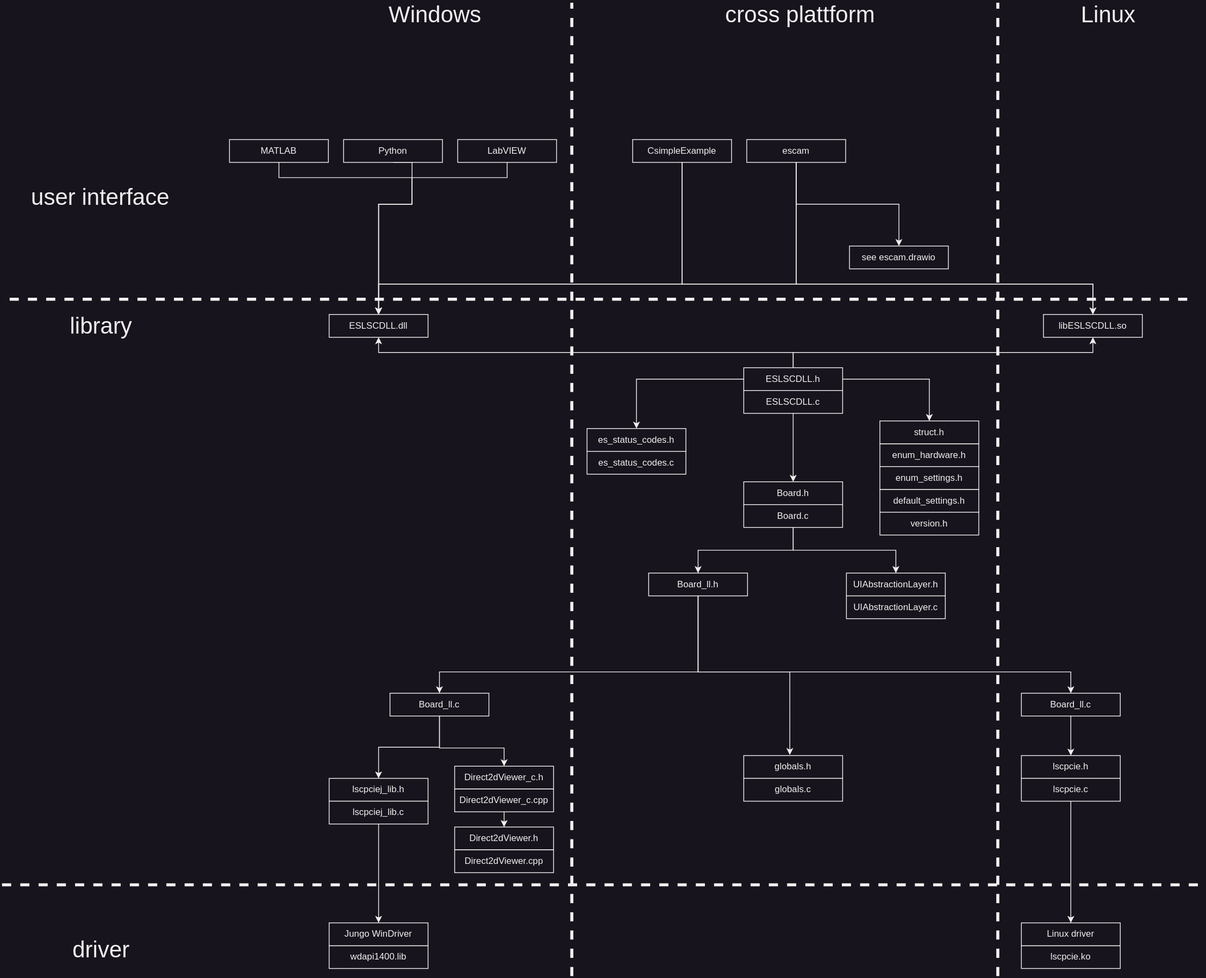
Before: doc/software_structure.drawio.svg, a diagram exported from draw.io (Entwicklungsburo-Stresing/EBST_CAM). Source tidied: cells renumbered, new cells last; positions are measured from the earlier drawing's top-left corner, leaving out a move shared by most shapes.
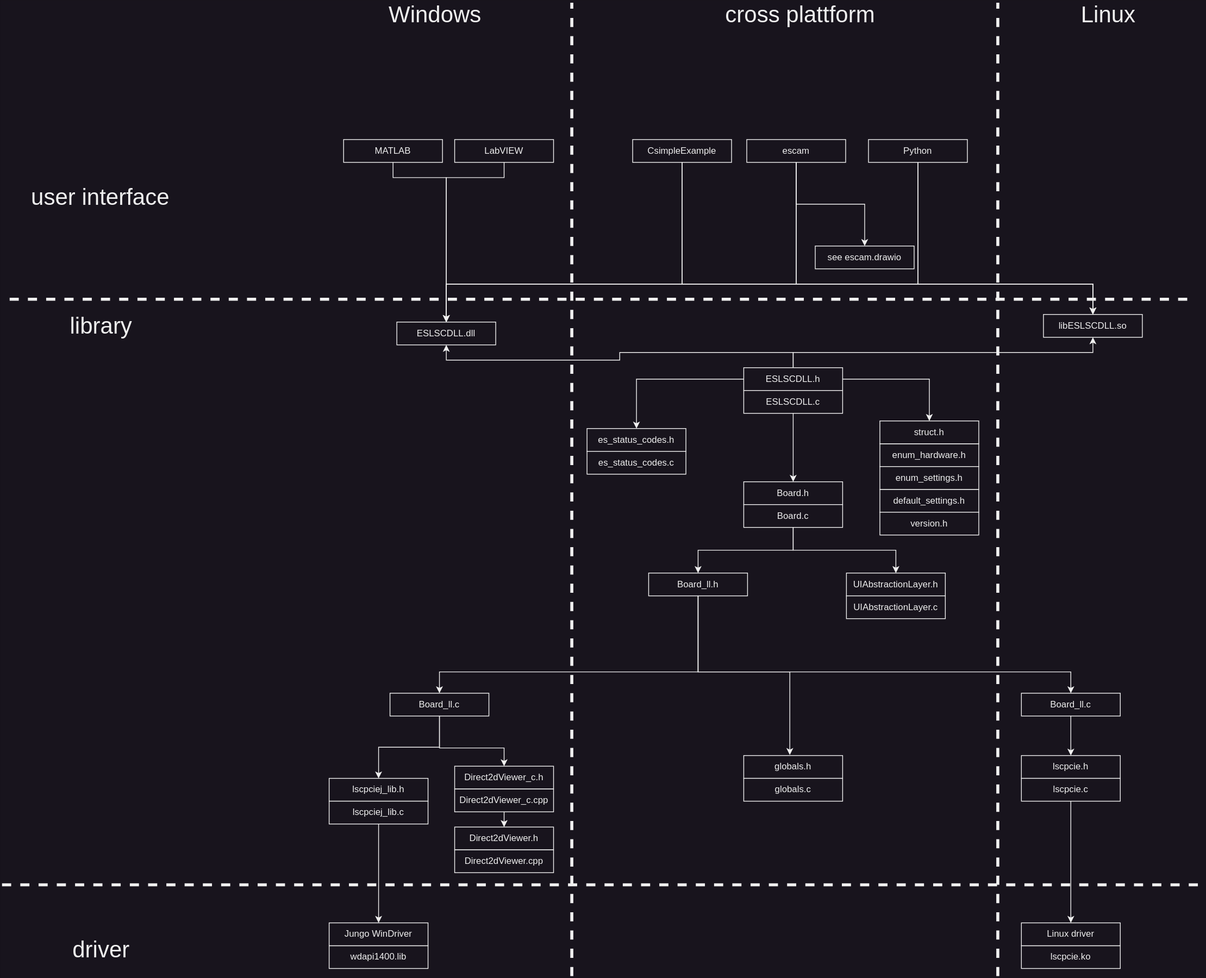
Above is the later version.

Diff of the diagram source:
```diff
@@ -138,20 +138,18 @@
       <mxGeometry x="595" y="1114" width="130" height="30" as="geometry" />
     </mxCell>
     <mxCell id="40" value="ESLSCDLL.dll" style="rounded=0;whiteSpace=wrap;html=1;" parent="1" vertex="1">
-      <mxGeometry x="430" y="410" width="130" height="30" as="geometry" />
+      <mxGeometry x="519" y="420" width="130" height="30" as="geometry" />
     </mxCell>
     <mxCell id="41" style="edgeStyle=orthogonalEdgeStyle;rounded=0;jettySize=auto;html=1;exitX=0.5;exitY=1;exitDx=0;exitDy=0;entryX=0.5;entryY=0;entryDx=0;entryDy=0;" parent="1" edge="1" source="42" target="40">
       <mxGeometry relative="1" as="geometry">
         <Array as="points">
-          <mxPoint x="664" y="230" />
-          <mxPoint x="539" y="230" />
-          <mxPoint x="539" y="265" />
-          <mxPoint x="495" y="265" />
+          <mxPoint x="660" y="230" />
+          <mxPoint x="584" y="230" />
         </Array>
       </mxGeometry>
     </mxCell>
     <mxCell id="42" value="LabVIEW" style="rounded=0;whiteSpace=wrap;html=1;" parent="1" vertex="1">
-      <mxGeometry x="599" y="180" width="130" height="30" as="geometry" />
+      <mxGeometry x="595" y="180" width="130" height="30" as="geometry" />
     </mxCell>
     <mxCell id="43" style="edgeStyle=orthogonalEdgeStyle;rounded=0;jettySize=auto;html=1;exitX=0.5;exitY=1;exitDx=0;exitDy=0;entryX=0.5;entryY=0;entryDx=0;entryDy=0;fontSize=30;strokeWidth=1;" parent="1" edge="1" source="46" target="62">
       <mxGeometry relative="1" as="geometry" />
@@ -168,7 +166,7 @@
       <mxGeometry relative="1" as="geometry">
         <Array as="points">
           <mxPoint x="1044" y="370" />
-          <mxPoint x="495" y="370" />
+          <mxPoint x="584" y="370" />
         </Array>
       </mxGeometry>
     </mxCell>
@@ -233,35 +231,40 @@
       <mxGeometry x="1409" width="90" height="30" as="geometry" />
     </mxCell>
     <mxCell id="62" value="see escam.drawio" style="rounded=0;whiteSpace=wrap;html=1;" parent="1" vertex="1">
-      <mxGeometry x="1114" y="320" width="130" height="30" as="geometry" />
+      <mxGeometry x="1069" y="320" width="130" height="30" as="geometry" />
     </mxCell>
     <mxCell id="63" value="version.h" style="rounded=0;whiteSpace=wrap;html=1;" parent="1" vertex="1">
       <mxGeometry x="1154" y="670" width="130" height="30" as="geometry" />
     </mxCell>
+    <mxCell id="74" style="edgeStyle=orthogonalEdgeStyle;rounded=0;jettySize=auto;html=1;exitX=0.5;exitY=1;exitDx=0;exitDy=0;entryX=0.5;entryY=0;entryDx=0;entryDy=0;" parent="1" edge="1" source="65" target="71">
+      <mxGeometry relative="1" as="geometry">
+        <Array as="points">
+          <mxPoint x="1204" y="370" />
+          <mxPoint x="1434" y="370" />
+        </Array>
+      </mxGeometry>
+    </mxCell>
     <mxCell id="64" style="edgeStyle=orthogonalEdgeStyle;rounded=0;jettySize=auto;html=1;exitX=0.5;exitY=1;exitDx=0;exitDy=0;entryX=0.5;entryY=0;entryDx=0;entryDy=0;" parent="1" edge="1" source="65" target="40">
       <mxGeometry relative="1" as="geometry">
         <Array as="points">
-          <mxPoint x="539" y="210" />
-          <mxPoint x="539" y="265" />
-          <mxPoint x="495" y="265" />
+          <mxPoint x="1204" y="370" />
+          <mxPoint x="584" y="370" />
         </Array>
       </mxGeometry>
     </mxCell>
     <mxCell id="65" value="Python" style="rounded=0;whiteSpace=wrap;html=1;" parent="1" vertex="1">
-      <mxGeometry x="449" y="180" width="130" height="30" as="geometry" />
+      <mxGeometry x="1139" y="180" width="130" height="30" as="geometry" />
     </mxCell>
     <mxCell id="66" style="edgeStyle=orthogonalEdgeStyle;rounded=0;jettySize=auto;html=1;exitX=0.5;exitY=1;exitDx=0;exitDy=0;entryX=0.5;entryY=0;entryDx=0;entryDy=0;" parent="1" edge="1" source="67" target="40">
       <mxGeometry relative="1" as="geometry">
         <Array as="points">
-          <mxPoint x="364" y="230" />
-          <mxPoint x="539" y="230" />
-          <mxPoint x="539" y="265" />
-          <mxPoint x="495" y="265" />
+          <mxPoint x="514" y="230" />
+          <mxPoint x="584" y="230" />
         </Array>
       </mxGeometry>
     </mxCell>
     <mxCell id="67" value="MATLAB" style="rounded=0;whiteSpace=wrap;html=1;" parent="1" vertex="1">
-      <mxGeometry x="299" y="180" width="130" height="30" as="geometry" />
+      <mxGeometry x="449" y="180" width="130" height="30" as="geometry" />
     </mxCell>
     <mxCell id="68" style="edgeStyle=orthogonalEdgeStyle;rounded=0;jettySize=auto;html=1;exitX=0.5;exitY=1;exitDx=0;exitDy=0;entryX=0.5;entryY=0;entryDx=0;entryDy=0;" parent="1" edge="1" source="70" target="71">
       <mxGeometry relative="1" as="geometry">
@@ -275,7 +278,7 @@
       <mxGeometry relative="1" as="geometry">
         <Array as="points">
           <mxPoint x="894" y="370" />
-          <mxPoint x="495" y="370" />
+          <mxPoint x="584" y="370" />
         </Array>
       </mxGeometry>
     </mxCell>
```
